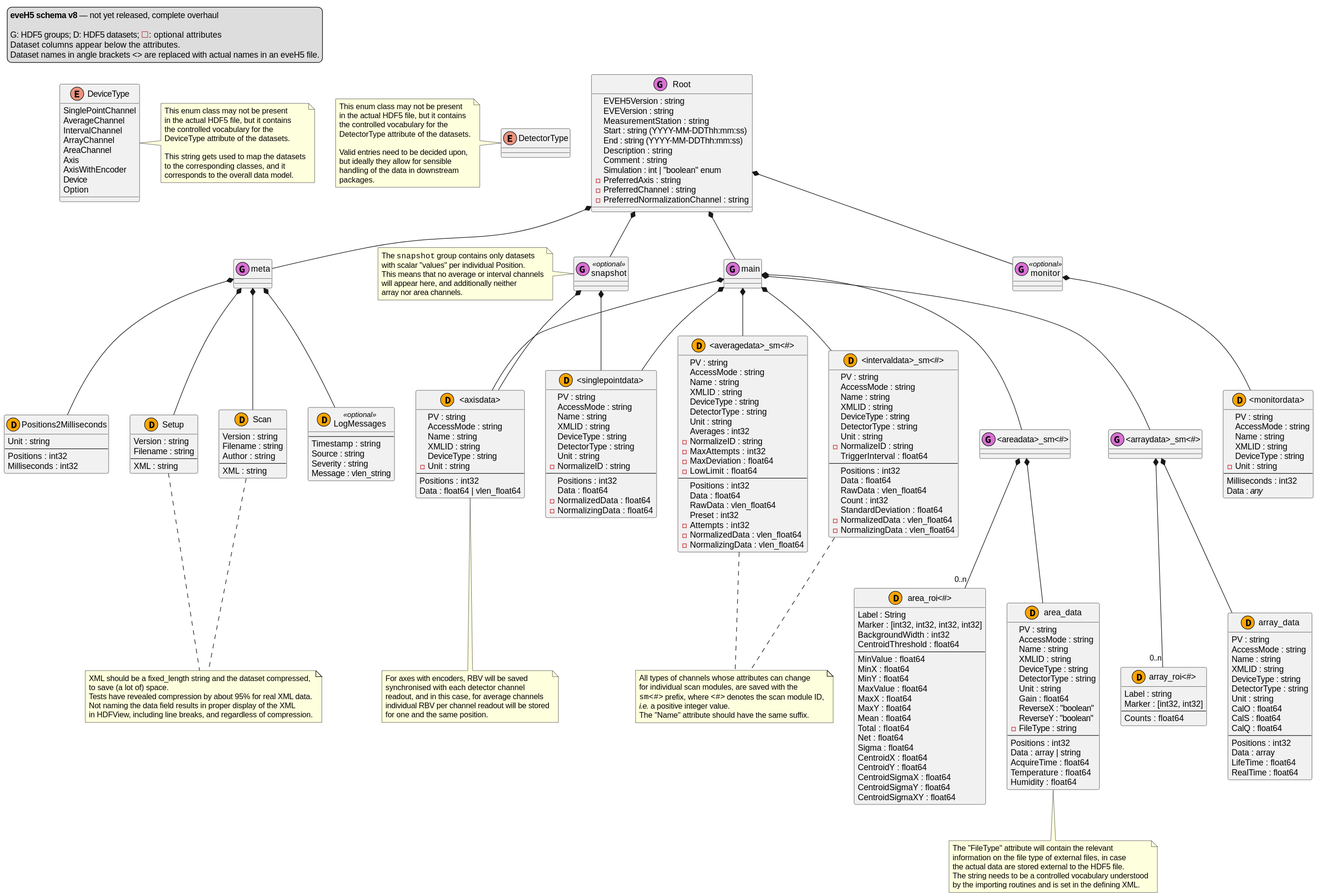
tillbiskup/evedata keeps this PlantUML diagram as docs/uml/eveh5-v8.svg. Above is the earlier version.
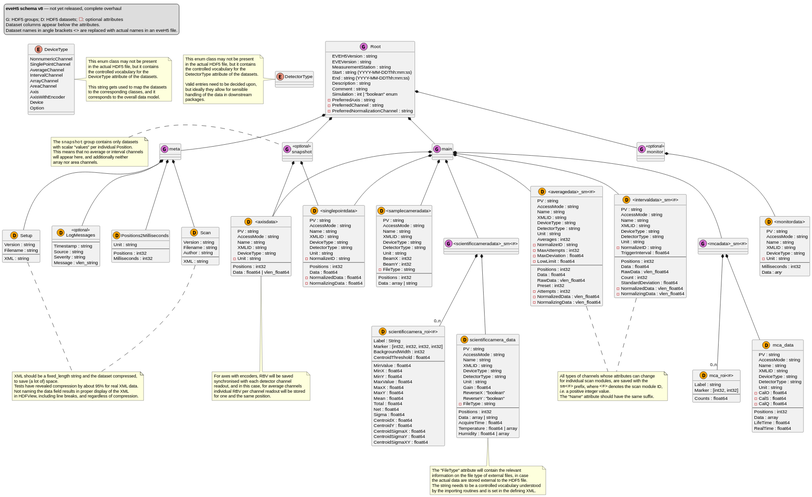
The same file after the commit.

What changed in the source:
```diff
@@ -29,6 +29,7 @@
 Root *-- meta
 
 enum DeviceType {
+    NonnumericChannel
     SinglePointChannel
     AverageChannel
     IntervalChannel
@@ -130,8 +131,9 @@
 main *-- "<singlepointdata>"
 main *-- "<averagedata>_sm<#>"
 main *-- "<intervaldata>_sm<#>"
-main *-- "<arraydata>_sm<#>"
-main *-- "<areadata>_sm<#>"
+main *-- "<mcadata>_sm<#>"
+main *-- "<samplecameradata>"
+main *-- "<scientificcameradata>_sm<#>"
 
 class "<averagedata>_sm<#>" << (D,orange) >> {
     PV : string
@@ -187,12 +189,12 @@
 "<intervaldata>_sm<#>" .. sm_channel_note
 "<averagedata>_sm<#>" .. sm_channel_note
 
-class "<arraydata>_sm<#>" << (G,orchid) >> {}
+class "<mcadata>_sm<#>" << (G,orchid) >> {}
 
-"<arraydata>_sm<#>" *-- array_data
-"<arraydata>_sm<#>" *-- "0..n" "array_roi<#>"
+"<mcadata>_sm<#>" *-- mca_data
+"<mcadata>_sm<#>" *-- "0..n" "mca_roi<#>"
 
-class "array_data" << (D,orange) >> {
+class "mca_data" << (D,orange) >> {
     PV : string
     AccessMode : string
     Name : string
@@ -200,9 +202,9 @@
     DeviceType : string
     DetectorType : string
     Unit : string
-    CalO : float64
-    CalS : float64
-    CalQ : float64
+    -CalO : float64
+    -CalS : float64
+    -CalQ : float64
     --
     Positions : int32
     Data : array
@@ -210,19 +212,35 @@
     RealTime : float64
 }
 
-class "array_roi<#>" << (D,orange) >> {
+class "mca_roi<#>" << (D,orange) >> {
     Label : string
     Marker : [int32, int32]
     --
     Counts : float64
 }
 
-class "<areadata>_sm<#>" << (G,orchid) >> {}
+class "<samplecameradata>" << (D,orange) >> {
+    PV : string
+    AccessMode : string
+    Name : string
+    XMLID : string
+    DeviceType : string
+    DetectorType : string
+    Unit : string
+    BeamX : int32
+    BeamY : int32
+    - FileType : string
+    --
+    Positions : int32
+    Data : array | string
+}
 
-"<areadata>_sm<#>" *-- area_data
-"<areadata>_sm<#>" *-- "0..n" "area_roi<#>"
+class "<scientificcameradata>_sm<#>" << (G,orchid) >> {}
 
-class area_data << (D,orange) >> {
+"<scientificcameradata>_sm<#>" *-- scientificcamera_data
+"<scientificcameradata>_sm<#>" *-- "0..n" "scientificcamera_roi<#>"
+
+class scientificcamera_data << (D,orange) >> {
     PV : string
     AccessMode : string
     Name : string
@@ -238,11 +256,11 @@
     Positions : int32
     Data : array | string
     AcquireTime : float64
-    Temperature : float64
-    Humidity : float64
+    Temperature : float64 | array
+    Humidity : float64 | array
 }
 
-note bottom of area_data
+note bottom of scientificcamera_data
     The "FileType" attribute will contain the relevant
     information on the file type of external files, in case
     the actual data are stored external to the HDF5 file.
@@ -250,7 +268,7 @@
     by the importing routines and is set in the defining XML.
 endnote
 
-class "area_roi<#>" << (D,orange) >> {
+class "scientificcamera_roi<#>" << (D,orange) >> {
     Label : String
     Marker : [int32, int32, int32, int32]
     BackgroundWidth : int32
```
